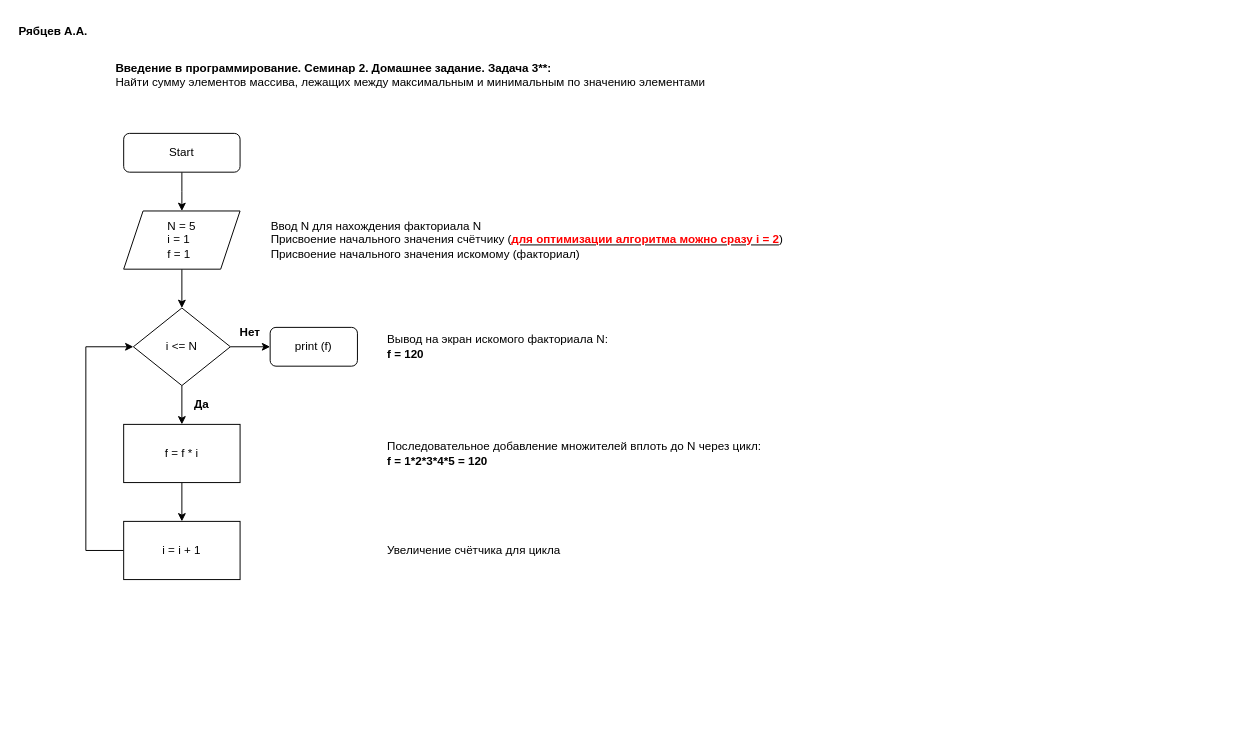
Earlier version of the draw.io diagram 2022.12.09_HW_2-3.drawio (kask1n/Programming_Introguction). Source tidied: cells renumbered, new cells numbered last; positions are measured from the earlier drawing's top-left corner, leaving out a move shared by most shapes. Both pictures are drawn from the tidied source at 97%, with x=0, y=0 at pixel (16, 16).
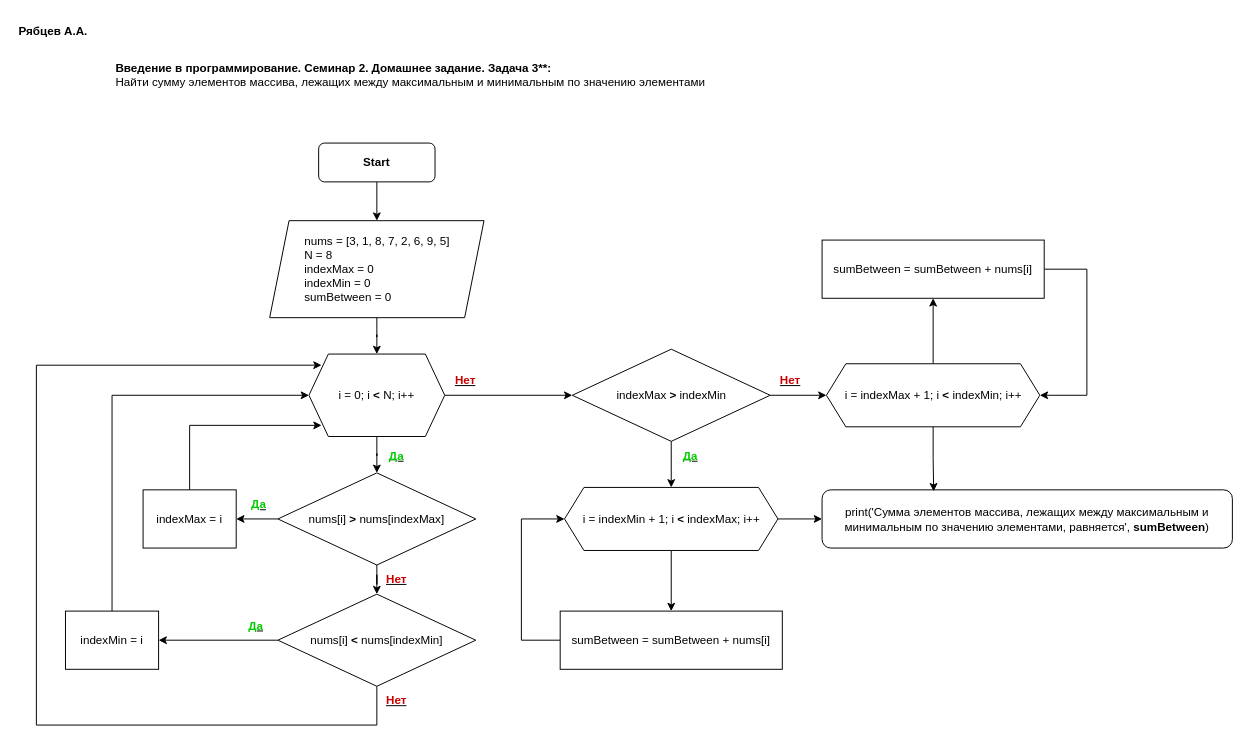
After the change.

What changed in the source:
```diff
@@
-    <mxCell id="2" style="edgeStyle=orthogonalEdgeStyle;rounded=0;jettySize=auto;html=1;" parent="1" edge="1" source="3">
-      <mxGeometry relative="1" as="geometry">
-        <mxPoint x="170" y="200" as="targetPoint" />
-      </mxGeometry>
-    </mxCell>
+    <mxCell id="10" value="&lt;b&gt;Введение в программирование. Семинар 2. Домашнее задание. Задача 3**:&lt;br&gt;&lt;/b&gt;&lt;div&gt;&lt;div&gt;Найти сумму элементов массива, лежащих между максимальным и&amp;nbsp;&lt;span style=&quot;background-color: initial;&quot;&gt;минимальным по значению элементами&lt;/span&gt;&lt;/div&gt;&lt;/div&gt;" style="text;html=1;align=left;verticalAlign=middle;strokeColor=none;fillColor=none;" parent="1" vertex="1">
+      <mxGeometry x="100" y="40" width="630" height="40" as="geometry" />
+    </mxCell>
+    <mxCell id="21" value="&lt;b&gt;Рябцев А.А.&lt;/b&gt;" style="text;html=1;align=left;verticalAlign=middle;strokeColor=none;fillColor=none;" parent="1" vertex="1">
+      <mxGeometry width="90" height="30" as="geometry" />
+    </mxCell>
+    <mxCell id="22" style="edgeStyle=orthogonalEdgeStyle;rounded=0;jettySize=auto;html=1;" parent="1" edge="1" source="3" target="25">
+      <mxGeometry relative="1" as="geometry" />
+    </mxCell>
-    <mxCell id="3" value="Start" style="rounded=1;whiteSpace=wrap;html=1;fontSize=12;glass=0;strokeWidth=1;shadow=0;" parent="1" vertex="1">
-      <mxGeometry x="110" y="120" width="120" height="40" as="geometry" />
+    <mxCell id="3" value="&lt;b&gt;Start&lt;/b&gt;" style="rounded=1;whiteSpace=wrap;html=1;fontSize=12;glass=0;strokeWidth=1;shadow=0;" parent="1" vertex="1">
+      <mxGeometry x="311" y="130" width="120" height="40" as="geometry" />
     </mxCell>
-    <mxCell id="4" value="print (f)" style="rounded=1;whiteSpace=wrap;html=1;fontSize=12;glass=0;strokeWidth=1;shadow=0;" parent="1" vertex="1">
-      <mxGeometry x="261" y="320" width="90" height="40" as="geometry" />
-    </mxCell>
-    <mxCell id="5" style="edgeStyle=orthogonalEdgeStyle;rounded=0;jettySize=auto;html=1;" parent="1" edge="1" source="6" target="13">
-      <mxGeometry relative="1" as="geometry" />
-    </mxCell>
-    <mxCell id="6" value="&lt;div style=&quot;text-align: justify;&quot;&gt;&lt;span style=&quot;background-color: initial;&quot;&gt;N = 5&lt;/span&gt;&lt;/div&gt;&lt;div style=&quot;text-align: justify;&quot;&gt;&lt;span style=&quot;background-color: initial;&quot;&gt;i = 1&lt;/span&gt;&lt;/div&gt;&lt;div style=&quot;text-align: justify;&quot;&gt;&lt;span style=&quot;background-color: initial;&quot;&gt;f = 1&lt;/span&gt;&lt;/div&gt;" style="shape=parallelogram;perimeter=parallelogramPerimeter;whiteSpace=wrap;html=1;fixedSize=1;" parent="1" vertex="1">
-      <mxGeometry x="110" y="200" width="120" height="60" as="geometry" />
-    </mxCell>
-    <mxCell id="7" value="Вывод на экран искомого факториала N:&amp;nbsp;&lt;br&gt;&lt;b&gt;f = 120&lt;/b&gt;" style="text;html=1;align=left;verticalAlign=middle;strokeColor=none;fillColor=none;" parent="1" vertex="1">
-      <mxGeometry x="380" y="320" width="250" height="40" as="geometry" />
-    </mxCell>
-    <mxCell id="8" value="&lt;div style=&quot;&quot;&gt;&lt;span style=&quot;background-color: initial;&quot;&gt;Последовательное добавление множителей вплоть до N через цикл:&amp;nbsp;&lt;/span&gt;&lt;/div&gt;&lt;div style=&quot;&quot;&gt;&lt;span style=&quot;background-color: initial;&quot;&gt;&lt;b&gt;f = 1*2*3*4*5 = 120&lt;/b&gt;&lt;/span&gt;&lt;/div&gt;" style="text;html=1;align=left;verticalAlign=middle;strokeColor=none;fillColor=none;" parent="1" vertex="1">
-      <mxGeometry x="380" y="430" width="410" height="40" as="geometry" />
-    </mxCell>
-    <mxCell id="9" value="Ввод N для нахождения факториала N&lt;br&gt;Присвоение начального значения счётчику (&lt;b&gt;&lt;u&gt;&lt;font color=&quot;#ff0000&quot;&gt;для оптимизации алгоритма можно сразу i = 2&lt;/font&gt;&lt;/u&gt;&lt;/b&gt;)&lt;br&gt;Присвоение начального значения искомому (факториал)" style="text;html=1;align=left;verticalAlign=middle;strokeColor=none;fillColor=none;" parent="1" vertex="1">
-      <mxGeometry x="260" y="200" width="550" height="60" as="geometry" />
-    </mxCell>
-    <mxCell id="10" value="&lt;b&gt;Введение в программирование. Семинар 2. Домашнее задание. Задача 3**:&lt;br&gt;&lt;/b&gt;&lt;div&gt;&lt;div&gt;Найти сумму элементов массива, лежащих между максимальным и&amp;nbsp;&lt;span style=&quot;background-color: initial;&quot;&gt;минимальным по значению элементами&lt;/span&gt;&lt;/div&gt;&lt;/div&gt;" style="text;html=1;align=left;verticalAlign=middle;strokeColor=none;fillColor=none;" parent="1" vertex="1">
-      <mxGeometry x="100" y="40" width="630" height="40" as="geometry" />
-    </mxCell>
-    <mxCell id="11" style="edgeStyle=orthogonalEdgeStyle;rounded=0;jettySize=auto;html=1;" parent="1" edge="1" source="13" target="15">
-      <mxGeometry relative="1" as="geometry" />
-    </mxCell>
-    <mxCell id="12" style="edgeStyle=orthogonalEdgeStyle;rounded=0;jettySize=auto;html=1;" parent="1" edge="1" source="13" target="4">
-      <mxGeometry relative="1" as="geometry" />
-    </mxCell>
-    <mxCell id="13" value="i &amp;lt;= N" style="rhombus;whiteSpace=wrap;html=1;" parent="1" vertex="1">
-      <mxGeometry x="120" y="300" width="100" height="80" as="geometry" />
-    </mxCell>
-    <mxCell id="14" style="edgeStyle=orthogonalEdgeStyle;rounded=0;jettySize=auto;html=1;" parent="1" edge="1" source="15" target="19">
-      <mxGeometry relative="1" as="geometry" />
-    </mxCell>
-    <mxCell id="15" value="f = f * i" style="rounded=0;whiteSpace=wrap;html=1;" parent="1" vertex="1">
-      <mxGeometry x="110" y="420" width="120" height="60" as="geometry" />
-    </mxCell>
-    <mxCell id="16" value="&lt;b&gt;Да&lt;/b&gt;" style="text;html=1;align=center;verticalAlign=middle;strokeColor=none;fillColor=none;" parent="1" vertex="1">
-      <mxGeometry x="170" y="385" width="40" height="30" as="geometry" />
-    </mxCell>
-    <mxCell id="17" value="&lt;b&gt;Нет&lt;/b&gt;" style="text;html=1;align=center;verticalAlign=middle;strokeColor=none;fillColor=none;" parent="1" vertex="1">
-      <mxGeometry x="220" y="310" width="40" height="30" as="geometry" />
-    </mxCell>
-    <mxCell id="18" style="edgeStyle=orthogonalEdgeStyle;rounded=0;jettySize=auto;html=1;entryX=0;entryY=0.5;entryDx=0;entryDy=0;" parent="1" edge="1" source="19" target="13">
-      <mxGeometry relative="1" as="geometry">
-        <Array as="points">
-          <mxPoint x="71" y="550" />
-          <mxPoint x="71" y="340" />
-        </Array>
-      </mxGeometry>
-    </mxCell>
-    <mxCell id="19" value="i = i + 1" style="rounded=0;whiteSpace=wrap;html=1;" parent="1" vertex="1">
-      <mxGeometry x="110" y="520" width="120" height="60" as="geometry" />
-    </mxCell>
-    <mxCell id="20" value="&lt;div style=&quot;&quot;&gt;Увеличение счётчика для цикла&lt;br&gt;&lt;/div&gt;" style="text;html=1;align=left;verticalAlign=middle;strokeColor=none;fillColor=none;" parent="1" vertex="1">
-      <mxGeometry x="380" y="535" width="200" height="30" as="geometry" />
-    </mxCell>
-    <mxCell id="21" value="&lt;b&gt;Рябцев А.А.&lt;/b&gt;" style="text;html=1;align=left;verticalAlign=middle;strokeColor=none;fillColor=none;" parent="1" vertex="1">
-      <mxGeometry width="90" height="30" as="geometry" />
-    </mxCell>
+    <mxCell id="23" value="&lt;div style=&quot;&quot;&gt;&lt;span style=&quot;background-color: initial;&quot;&gt;print('Сумма элементов массива, лежащих между максимальным и минимальным по значению элементами, равняется', &lt;b&gt;sumBetween&lt;/b&gt;)&lt;/span&gt;&lt;/div&gt;" style="rounded=1;whiteSpace=wrap;html=1;fontSize=12;glass=0;strokeWidth=1;shadow=0;align=center;" parent="1" vertex="1">
+      <mxGeometry x="830" y="487.5" width="423" height="60" as="geometry" />
+    </mxCell>
+    <mxCell id="24" style="edgeStyle=orthogonalEdgeStyle;rounded=0;jettySize=auto;html=1;" parent="1" edge="1" source="25" target="44">
+      <mxGeometry relative="1" as="geometry" />
+    </mxCell>
+    <mxCell id="25" value="&lt;div style=&quot;text-align: justify;&quot;&gt;nums = [3, 1, 8, 7, 2, 6, 9, 5]&lt;/div&gt;&lt;div style=&quot;text-align: justify;&quot;&gt;&lt;span style=&quot;background-color: initial;&quot;&gt;N = 8&lt;/span&gt;&lt;/div&gt;&lt;div style=&quot;text-align: justify;&quot;&gt;&lt;span style=&quot;background-color: initial;&quot;&gt;indexMax = 0&lt;/span&gt;&lt;/div&gt;&lt;div style=&quot;text-align: justify;&quot;&gt;&lt;span style=&quot;background-color: initial;&quot;&gt;indexMin = 0&lt;/span&gt;&lt;/div&gt;&lt;div style=&quot;text-align: justify;&quot;&gt;sumBetween = 0&lt;/div&gt;" style="shape=parallelogram;perimeter=parallelogramPerimeter;whiteSpace=wrap;html=1;fixedSize=1;" parent="1" vertex="1">
+      <mxGeometry x="260.5" y="210" width="221" height="100" as="geometry" />
+    </mxCell>
+    <mxCell id="26" value="&lt;b&gt;&lt;u&gt;&lt;font color=&quot;#00cc00&quot;&gt;Да&lt;/font&gt;&lt;/u&gt;&lt;/b&gt;" style="text;html=1;align=center;verticalAlign=middle;strokeColor=none;fillColor=none;" parent="1" vertex="1">
+      <mxGeometry x="371" y="437.5" width="40" height="30" as="geometry" />
+    </mxCell>
+    <mxCell id="27" value="&lt;b&gt;&lt;u&gt;&lt;font color=&quot;#cc0000&quot;&gt;Нет&lt;/font&gt;&lt;/u&gt;&lt;/b&gt;" style="text;html=1;align=center;verticalAlign=middle;strokeColor=none;fillColor=none;" parent="1" vertex="1">
+      <mxGeometry x="441.5" y="360" width="40" height="30" as="geometry" />
+    </mxCell>
+    <mxCell id="28" value="&lt;b&gt;&lt;u&gt;&lt;font color=&quot;#cc0000&quot;&gt;Нет&lt;/font&gt;&lt;/u&gt;&lt;/b&gt;" style="text;html=1;align=center;verticalAlign=middle;strokeColor=none;fillColor=none;" parent="1" vertex="1">
+      <mxGeometry x="371" y="565" width="40" height="30" as="geometry" />
+    </mxCell>
+    <mxCell id="29" style="edgeStyle=orthogonalEdgeStyle;rounded=0;jettySize=auto;html=1;" parent="1" edge="1" source="31" target="35">
+      <mxGeometry relative="1" as="geometry" />
+    </mxCell>
+    <mxCell id="30" style="edgeStyle=orthogonalEdgeStyle;rounded=0;jettySize=auto;html=1;" parent="1" edge="1" source="31" target="40">
+      <mxGeometry relative="1" as="geometry" />
+    </mxCell>
+    <mxCell id="31" value="nums[i] &lt;b&gt;&amp;gt;&lt;/b&gt;&amp;nbsp;nums[indexMax]" style="rhombus;whiteSpace=wrap;html=1;" parent="1" vertex="1">
+      <mxGeometry x="269" y="470" width="204" height="95" as="geometry" />
+    </mxCell>
+    <mxCell id="32" style="edgeStyle=orthogonalEdgeStyle;rounded=0;jettySize=auto;html=1;exitX=0.5;exitY=1;exitDx=0;exitDy=0;" parent="1" edge="1" source="44" target="31">
+      <mxGeometry relative="1" as="geometry" />
+    </mxCell>
+    <mxCell id="33" style="edgeStyle=orthogonalEdgeStyle;rounded=0;jettySize=auto;html=1;" parent="1" edge="1" source="35" target="38">
+      <mxGeometry relative="1" as="geometry" />
+    </mxCell>
+    <mxCell id="34" style="edgeStyle=orthogonalEdgeStyle;rounded=0;jettySize=auto;html=1;entryX=0.093;entryY=0.135;entryDx=0;entryDy=0;entryPerimeter=0;" parent="1" edge="1" source="35" target="44">
+      <mxGeometry relative="1" as="geometry">
+        <Array as="points">
+          <mxPoint x="371" y="730" />
+          <mxPoint x="20" y="730" />
+          <mxPoint x="20" y="359" />
+        </Array>
+      </mxGeometry>
+    </mxCell>
+    <mxCell id="35" value="nums[i] &lt;b&gt;&amp;lt;&lt;/b&gt;&amp;nbsp;nums[indexMin]" style="rhombus;whiteSpace=wrap;html=1;" parent="1" vertex="1">
+      <mxGeometry x="269" y="595" width="204" height="95" as="geometry" />
+    </mxCell>
+    <mxCell id="36" value="&lt;b&gt;&lt;u&gt;&lt;font color=&quot;#cc0000&quot;&gt;Нет&lt;/font&gt;&lt;/u&gt;&lt;/b&gt;" style="text;html=1;align=center;verticalAlign=middle;strokeColor=none;fillColor=none;" parent="1" vertex="1">
+      <mxGeometry x="371" y="690" width="40" height="30" as="geometry" />
+    </mxCell>
+    <mxCell id="37" style="edgeStyle=orthogonalEdgeStyle;rounded=0;jettySize=auto;html=1;entryX=0;entryY=0.5;entryDx=0;entryDy=0;exitX=0.5;exitY=0;exitDx=0;exitDy=0;" parent="1" edge="1" source="38" target="44">
+      <mxGeometry relative="1" as="geometry">
+        <Array as="points">
+          <mxPoint x="98" y="390" />
+        </Array>
+      </mxGeometry>
+    </mxCell>
+    <mxCell id="38" value="&lt;span style=&quot;text-align: justify;&quot;&gt;indexMin = i&lt;/span&gt;" style="rounded=0;whiteSpace=wrap;html=1;" parent="1" vertex="1">
+      <mxGeometry x="50" y="612.5" width="96" height="60" as="geometry" />
+    </mxCell>
+    <mxCell id="39" style="edgeStyle=orthogonalEdgeStyle;rounded=0;jettySize=auto;html=1;entryX=0.093;entryY=0.865;entryDx=0;entryDy=0;entryPerimeter=0;" parent="1" edge="1" source="40" target="44">
+      <mxGeometry relative="1" as="geometry">
+        <Array as="points">
+          <mxPoint x="178" y="421" />
+        </Array>
+      </mxGeometry>
+    </mxCell>
+    <mxCell id="40" value="&lt;div style=&quot;text-align: justify;&quot;&gt;indexMax = i&lt;/div&gt;" style="rounded=0;whiteSpace=wrap;html=1;" parent="1" vertex="1">
+      <mxGeometry x="130" y="487.5" width="96" height="60" as="geometry" />
+    </mxCell>
+    <mxCell id="41" value="&lt;b&gt;&lt;u&gt;&lt;font color=&quot;#00cc00&quot;&gt;Да&lt;/font&gt;&lt;/u&gt;&lt;/b&gt;" style="text;html=1;align=center;verticalAlign=middle;strokeColor=none;fillColor=none;" parent="1" vertex="1">
+      <mxGeometry x="229" y="487.5" width="40" height="30" as="geometry" />
+    </mxCell>
+    <mxCell id="42" value="&lt;b&gt;&lt;u&gt;&lt;font color=&quot;#00cc00&quot;&gt;Да&lt;/font&gt;&lt;/u&gt;&lt;/b&gt;" style="text;html=1;align=center;verticalAlign=middle;strokeColor=none;fillColor=none;" parent="1" vertex="1">
+      <mxGeometry x="226" y="612.5" width="40" height="30" as="geometry" />
+    </mxCell>
+    <mxCell id="43" style="edgeStyle=orthogonalEdgeStyle;rounded=0;jettySize=auto;html=1;" parent="1" edge="1" source="44" target="47">
+      <mxGeometry relative="1" as="geometry" />
+    </mxCell>
+    <mxCell id="44" value="&lt;div style=&quot;text-align: justify;&quot;&gt;&lt;span style=&quot;background-color: initial;&quot;&gt;i = 0;&amp;nbsp;&lt;/span&gt;&lt;span style=&quot;background-color: initial;&quot;&gt;i &lt;b&gt;&amp;lt;&lt;/b&gt;&amp;nbsp;N; i++&lt;/span&gt;&lt;/div&gt;" style="shape=hexagon;perimeter=hexagonPerimeter2;whiteSpace=wrap;html=1;fixedSize=1;" parent="1" vertex="1">
+      <mxGeometry x="301" y="347.5" width="140" height="85" as="geometry" />
+    </mxCell>
+    <mxCell id="45" style="edgeStyle=orthogonalEdgeStyle;rounded=0;jettySize=auto;html=1;" parent="1" edge="1" source="47" target="50">
+      <mxGeometry relative="1" as="geometry" />
+    </mxCell>
+    <mxCell id="46" style="edgeStyle=orthogonalEdgeStyle;rounded=0;jettySize=auto;html=1;" parent="1" edge="1" source="47" target="56">
+      <mxGeometry relative="1" as="geometry" />
+    </mxCell>
+    <mxCell id="47" value="indexMax&amp;nbsp;&lt;b&gt;&amp;gt;&lt;/b&gt;&amp;nbsp;indexMin" style="rhombus;whiteSpace=wrap;html=1;" parent="1" vertex="1">
+      <mxGeometry x="572.5" y="342.5" width="204" height="95" as="geometry" />
+    </mxCell>
+    <mxCell id="48" style="edgeStyle=orthogonalEdgeStyle;rounded=0;jettySize=auto;html=1;" parent="1" edge="1" source="50" target="53">
+      <mxGeometry relative="1" as="geometry" />
+    </mxCell>
+    <mxCell id="49" style="edgeStyle=orthogonalEdgeStyle;rounded=0;jettySize=auto;html=1;" parent="1" edge="1" source="50" target="23">
+      <mxGeometry relative="1" as="geometry" />
+    </mxCell>
+    <mxCell id="50" value="&lt;div style=&quot;text-align: justify;&quot;&gt;&lt;span style=&quot;background-color: initial;&quot;&gt;i = indexMin + 1;&amp;nbsp;&lt;/span&gt;&lt;span style=&quot;background-color: initial;&quot;&gt;i &lt;b&gt;&amp;lt;&lt;/b&gt;&amp;nbsp;indexMax; i++&lt;/span&gt;&lt;/div&gt;" style="shape=hexagon;perimeter=hexagonPerimeter2;whiteSpace=wrap;html=1;fixedSize=1;" parent="1" vertex="1">
+      <mxGeometry x="564.5" y="485" width="220" height="65" as="geometry" />
+    </mxCell>
+    <mxCell id="51" value="&lt;b&gt;&lt;u&gt;&lt;font color=&quot;#00cc00&quot;&gt;Да&lt;/font&gt;&lt;/u&gt;&lt;/b&gt;" style="text;html=1;align=center;verticalAlign=middle;strokeColor=none;fillColor=none;" parent="1" vertex="1">
+      <mxGeometry x="673.5" y="437.5" width="40" height="30" as="geometry" />
+    </mxCell>
+    <mxCell id="52" style="edgeStyle=orthogonalEdgeStyle;rounded=0;jettySize=auto;html=1;entryX=0;entryY=0.5;entryDx=0;entryDy=0;" parent="1" edge="1" source="53" target="50">
+      <mxGeometry relative="1" as="geometry">
+        <Array as="points">
+          <mxPoint x="520" y="643" />
+          <mxPoint x="520" y="518" />
+        </Array>
+      </mxGeometry>
+    </mxCell>
+    <mxCell id="53" value="&lt;div style=&quot;text-align: justify;&quot;&gt;sumBetween = sumBetween + nums[i]&lt;/div&gt;" style="rounded=0;whiteSpace=wrap;html=1;" parent="1" vertex="1">
+      <mxGeometry x="560" y="612.5" width="229" height="60" as="geometry" />
+    </mxCell>
+    <mxCell id="54" style="edgeStyle=orthogonalEdgeStyle;rounded=0;jettySize=auto;html=1;" parent="1" edge="1" source="56" target="59">
+      <mxGeometry relative="1" as="geometry" />
+    </mxCell>
+    <mxCell id="55" style="edgeStyle=orthogonalEdgeStyle;rounded=0;jettySize=auto;html=1;entryX=0.272;entryY=0.025;entryDx=0;entryDy=0;entryPerimeter=0;" parent="1" edge="1" source="56" target="23">
+      <mxGeometry relative="1" as="geometry" />
+    </mxCell>
+    <mxCell id="56" value="&lt;div style=&quot;text-align: justify;&quot;&gt;&lt;span style=&quot;background-color: initial;&quot;&gt;i = indexMax + 1;&amp;nbsp;&lt;/span&gt;&lt;span style=&quot;background-color: initial;&quot;&gt;i &lt;b&gt;&amp;lt;&lt;/b&gt;&amp;nbsp;indexMin; i++&lt;/span&gt;&lt;/div&gt;" style="shape=hexagon;perimeter=hexagonPerimeter2;whiteSpace=wrap;html=1;fixedSize=1;" parent="1" vertex="1">
+      <mxGeometry x="834.5" y="357.5" width="220" height="65" as="geometry" />
+    </mxCell>
+    <mxCell id="57" value="&lt;b&gt;&lt;u&gt;&lt;font color=&quot;#cc0000&quot;&gt;Нет&lt;/font&gt;&lt;/u&gt;&lt;/b&gt;" style="text;html=1;align=center;verticalAlign=middle;strokeColor=none;fillColor=none;" parent="1" vertex="1">
+      <mxGeometry x="776.5" y="360" width="40" height="30" as="geometry" />
+    </mxCell>
+    <mxCell id="58" style="edgeStyle=orthogonalEdgeStyle;rounded=0;jettySize=auto;html=1;entryX=1;entryY=0.5;entryDx=0;entryDy=0;" parent="1" edge="1" source="59" target="56">
+      <mxGeometry relative="1" as="geometry">
+        <Array as="points">
+          <mxPoint x="1103" y="260" />
+          <mxPoint x="1103" y="390" />
+        </Array>
+      </mxGeometry>
+    </mxCell>
+    <mxCell id="59" value="&lt;div style=&quot;text-align: justify;&quot;&gt;sumBetween = sumBetween + nums[i]&lt;/div&gt;" style="rounded=0;whiteSpace=wrap;html=1;" parent="1" vertex="1">
+      <mxGeometry x="830" y="230" width="229" height="60" as="geometry" />
+    </mxCell>
```
